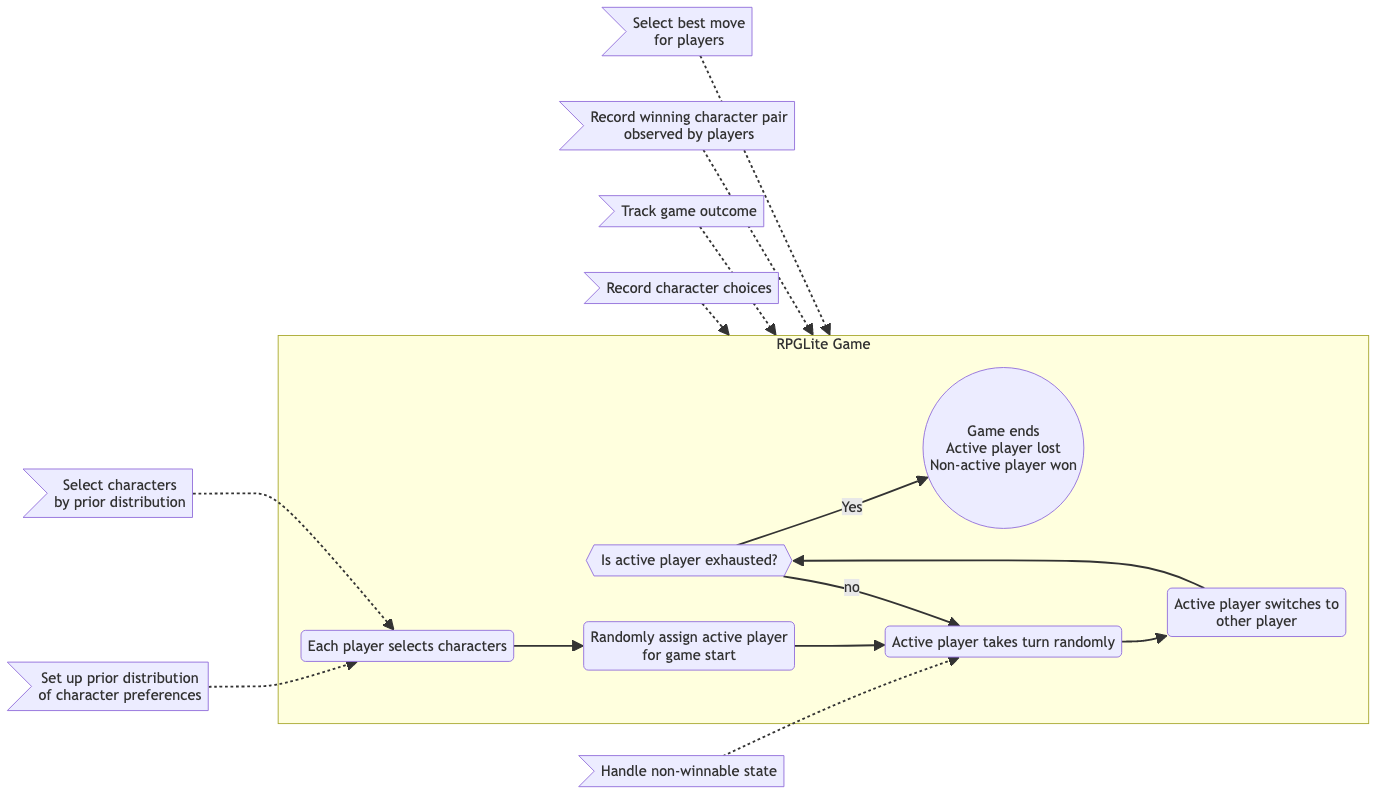
Earlier version of the Mermaid export 70_generality_of_aspects/diagrams/exp2_prior_distribution_model.png (probablytom/Thesis). Its source is kept beside it as 70_generality_of_aspects/diagrams/exp2_prior_distribution_model.mmd.
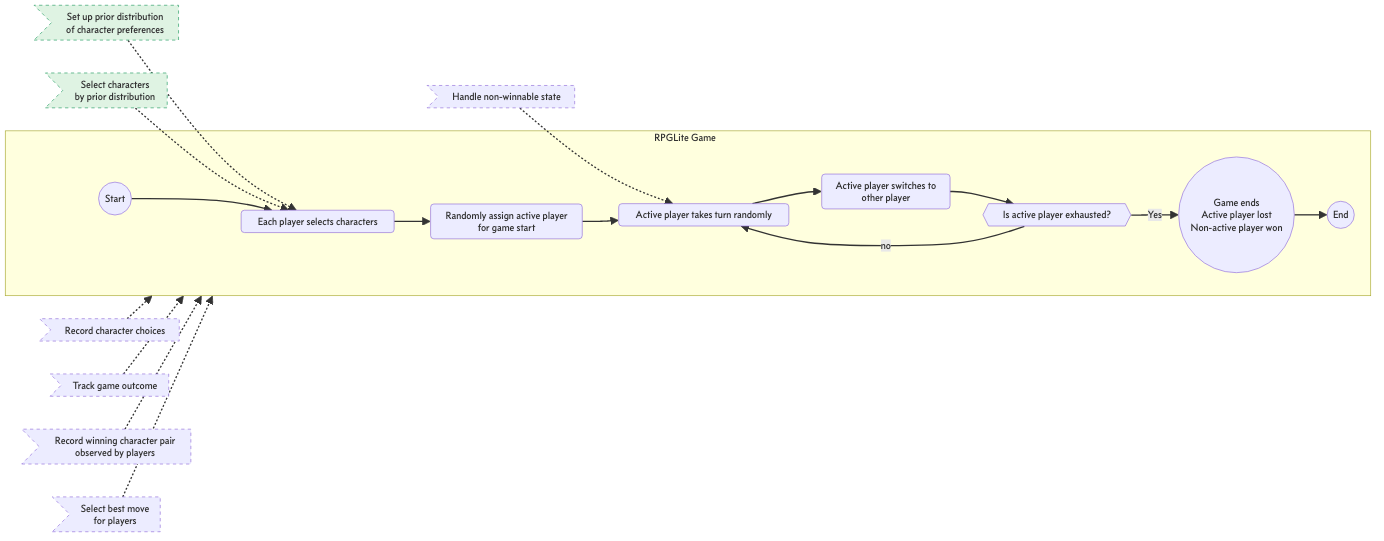
The same diagram one commit later.

Change to the diagram source:
```diff
@@ -7,6 +7,16 @@
     ensureBestMove>Select best move\nfor players]
     cannotWin>Handle non-winnable state]
 
+    class setupPriorDistribution aspect
+    class fuzzLearningByPriorDistribution aspect
+    class recordChoices aspect
+    class trackGameOutcome aspect
+    class recordWinningPair aspect
+    class ensureBestMove aspect
+    class cannotWin aspect
+
+    class setupPriorDistribution priorDistributionModel
+    class fuzzLearningByPriorDistribution priorDistributionModel
 
     pickChars(Each player selects characters)
     assignFirst(Randomly assign active player\nfor game start)
@@ -14,6 +24,9 @@
     swapActive(Active player switches to\nother player)
     gameEndedCheck{{Is active player exhausted?}}
     gameEnd((Game ends\nActive player lost\nNon-active player won))
+
+    procStart((Start))
+    procEnd((End))
 
     setupPriorDistribution -.-> pickChars
     fuzzLearningByPriorDistribution -.-> pickChars
@@ -25,6 +38,8 @@
     cannotWin -.-> takeTurn
 
     subgraph gameplay [RPGLite Game]
+        procStart-->pickChars
+        gameEnd-->procEnd
         pickChars --> assignFirst --> takeTurn --> swapActive --> gameEndedCheck -- Yes --> gameEnd
         gameEndedCheck -- no --> takeTurn
     end
```
